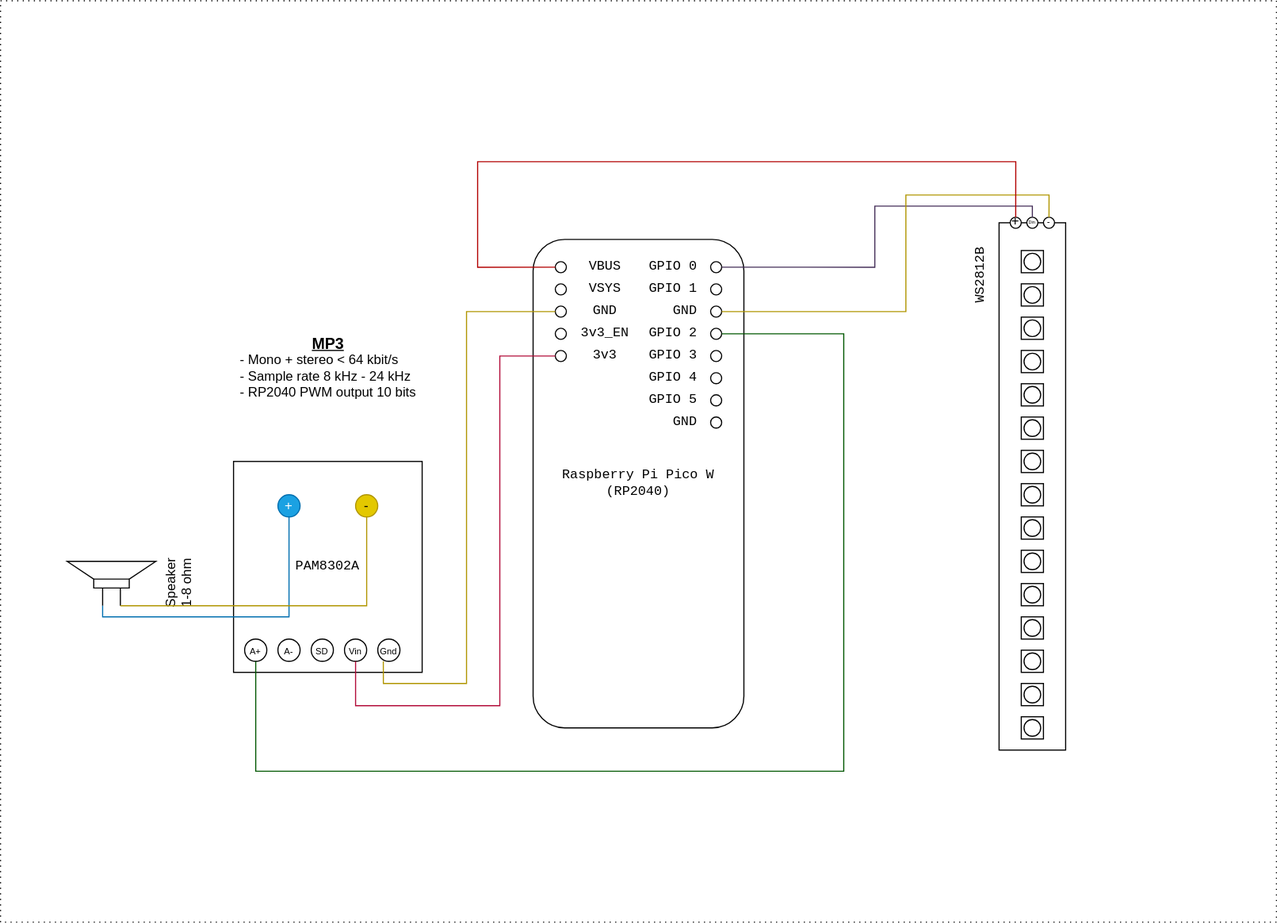
corey-schneider/pico-crown keeps this draw.io diagram as circuit.svg. Above is the earlier version. Source tidied: cells renumbered, new cells last; positions are measured from the earlier drawing's top-left corner, leaving out a move shared by most shapes.
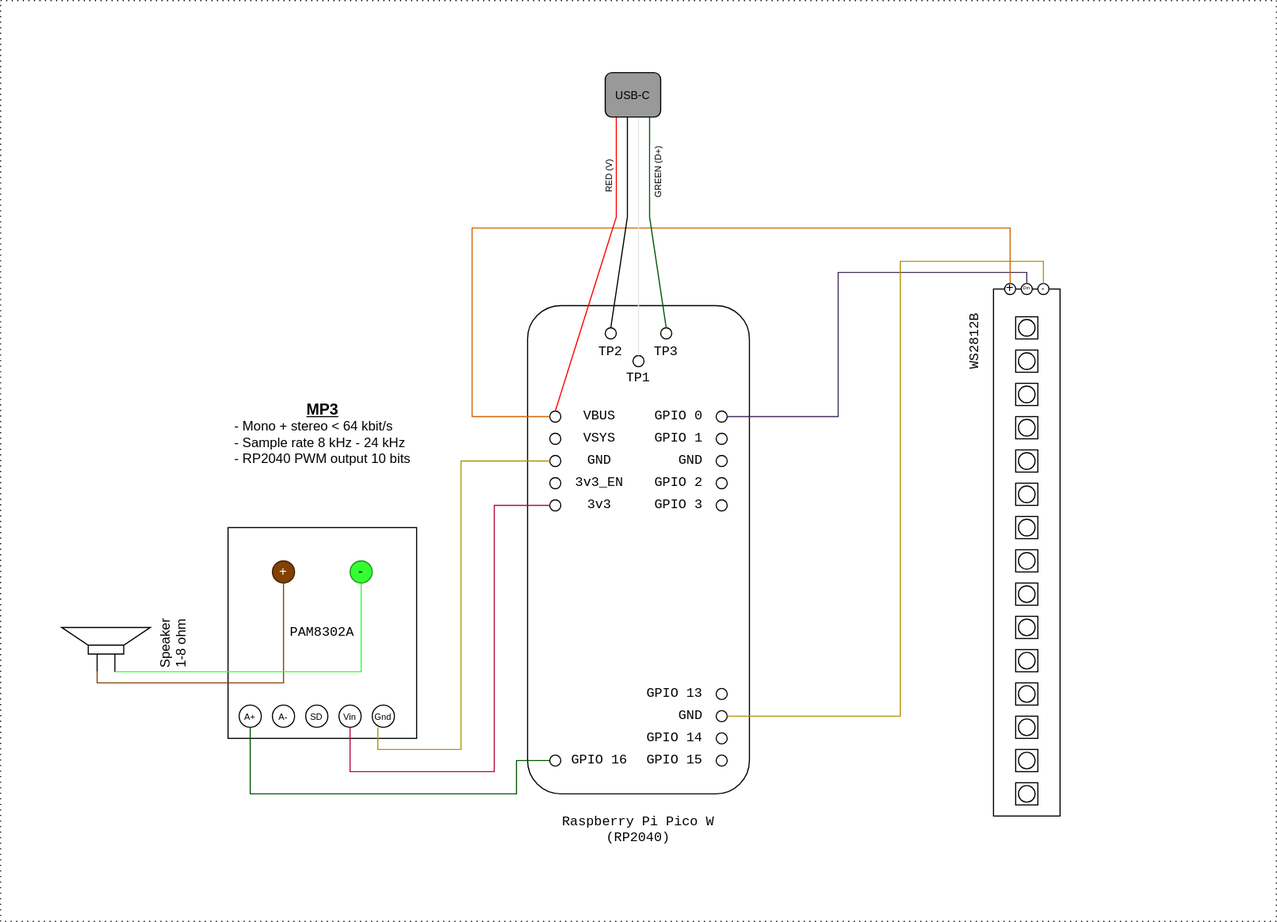
After the commit.

The edit, as a diff of the source:
```diff
@@ -3,9 +3,9 @@
     <mxCell id="0" />
     <mxCell id="1" parent="0" />
     <mxCell id="2" style="rounded=0;whiteSpace=wrap;html=1;fillColor=none;strokeColor=#000000;fontColor=default;dashed=1;dashPattern=1 4;" parent="1" vertex="1">
-      <mxGeometry width="1150" height="830" as="geometry" />
+      <mxGeometry x="5" y="-60" width="1150" height="830" as="geometry" />
     </mxCell>
-    <mxCell id="3" value="Speaker&lt;br&gt;1-8 ohm" style="verticalLabelPosition=bottom;shadow=0;dashed=0;align=center;html=1;verticalAlign=top;shape=mxgraph.electrical.electro-mechanical.loudspeaker;rotation=-90;" parent="1" vertex="1">
+    <mxCell id="3" value="Speaker&lt;br&gt;1-8 ohm" style="verticalLabelPosition=bottom;shadow=0;dashed=0;align=center;html=1;verticalAlign=top;shape=mxgraph.electrical.electro-mechanical.loudspeaker;rotation=-90;spacingRight=0;spacingLeft=10;labelPosition=center;" parent="1" vertex="1">
       <mxGeometry x="80" y="485" width="40" height="80" as="geometry" />
     </mxCell>
     <mxCell id="4" value="&lt;pre style=&quot;line-height: 120%;&quot;&gt;PAM8302A&lt;/pre&gt;" style="rounded=0;whiteSpace=wrap;html=1;" parent="1" vertex="1">
@@ -26,70 +26,70 @@
     <mxCell id="9" value="&lt;font style=&quot;font-size: 8px;&quot;&gt;Gnd&lt;/font&gt;" style="ellipse;whiteSpace=wrap;html=1;" parent="1" vertex="1">
       <mxGeometry x="340" y="575" width="20" height="20" as="geometry" />
     </mxCell>
-    <mxCell id="10" value="+" style="ellipse;whiteSpace=wrap;html=1;fillColor=#1ba1e2;fontColor=#ffffff;strokeColor=#006EAF;" parent="1" vertex="1">
+    <mxCell id="10" value="+" style="ellipse;whiteSpace=wrap;html=1;fillColor=#824100;fontColor=#ffffff;strokeColor=#3D1F00;" parent="1" vertex="1">
       <mxGeometry x="250" y="445" width="20" height="20" as="geometry" />
     </mxCell>
-    <mxCell id="11" value="-" style="ellipse;whiteSpace=wrap;html=1;fillColor=#e3c800;fontColor=#000000;strokeColor=#B09500;" parent="1" vertex="1">
+    <mxCell id="11" value="-" style="ellipse;whiteSpace=wrap;html=1;fillColor=#33FF33;fontColor=#000000;strokeColor=#1D911D;" parent="1" vertex="1">
       <mxGeometry x="320" y="445" width="20" height="20" as="geometry" />
     </mxCell>
-    <mxCell id="12" style="endArrow=none;html=1;rounded=0;edgeStyle=orthogonalEdgeStyle;exitX=0;exitY=0.4;exitDx=0;exitDy=0;exitPerimeter=0;fillColor=#1ba1e2;strokeColor=#006EAF;" parent="1" edge="1" source="3" target="10">
+    <mxCell id="12" style="endArrow=none;html=1;rounded=0;edgeStyle=orthogonalEdgeStyle;exitX=0;exitY=0.4;exitDx=0;exitDy=0;exitPerimeter=0;fillColor=#1ba1e2;strokeColor=#824100;" parent="1" edge="1" source="3" target="10">
       <mxGeometry relative="1" as="geometry" />
     </mxCell>
-    <mxCell id="13" style="endArrow=none;html=1;rounded=0;edgeStyle=orthogonalEdgeStyle;exitX=0;exitY=0.6;exitDx=0;exitDy=0;exitPerimeter=0;entryX=0.5;entryY=1;entryDx=0;entryDy=0;fillColor=#e3c800;strokeColor=#B09500;" parent="1" edge="1" source="3" target="11">
+    <mxCell id="13" style="endArrow=none;html=1;rounded=0;edgeStyle=orthogonalEdgeStyle;exitX=0;exitY=0.6;exitDx=0;exitDy=0;exitPerimeter=0;entryX=0.5;entryY=1;entryDx=0;entryDy=0;fillColor=#e3c800;strokeColor=#33FF33;" parent="1" edge="1" source="3" target="11">
       <mxGeometry relative="1" as="geometry">
         <Array as="points">
           <mxPoint x="330" y="545" />
         </Array>
       </mxGeometry>
     </mxCell>
-    <mxCell id="14" value="&lt;pre&gt;Raspberry Pi Pico W&lt;br&gt;(RP2040)&lt;/pre&gt;" style="rounded=1;whiteSpace=wrap;html=1;" parent="1" vertex="1">
-      <mxGeometry x="480" y="215" width="190" height="440" as="geometry" />
+    <mxCell id="14" value="&lt;pre&gt;Raspberry Pi Pico W&lt;br&gt;(RP2040)&lt;/pre&gt;" style="rounded=1;whiteSpace=wrap;html=1;labelPosition=center;verticalLabelPosition=bottom;align=center;verticalAlign=top;" parent="1" vertex="1">
+      <mxGeometry x="480" y="215" width="200" height="440" as="geometry" />
     </mxCell>
     <mxCell id="15" value="&lt;blockquote style=&quot;margin: 0 0 0 40px; border: none; padding: 0px;&quot;&gt;&lt;pre style=&quot;margin: 0 0 0 40px; border: none; padding: 0px;&quot;&gt;VBUS&lt;/pre&gt;&lt;/blockquote&gt;" style="ellipse;whiteSpace=wrap;html=1;align=center;fontFamily=Courier New;" parent="1" vertex="1">
-      <mxGeometry x="500" y="235" width="10" height="10" as="geometry" />
+      <mxGeometry x="500" y="310" width="10" height="10" as="geometry" />
     </mxCell>
     <mxCell id="16" value="&lt;blockquote style=&quot;margin: 0 0 0 40px; border: none; padding: 0px;&quot;&gt;&lt;pre style=&quot;margin: 0 0 0 40px; border: none; padding: 0px;&quot;&gt;VSYS&lt;/pre&gt;&lt;/blockquote&gt;" style="ellipse;whiteSpace=wrap;html=1;align=center;fontFamily=Courier New;" parent="1" vertex="1">
-      <mxGeometry x="500" y="255" width="10" height="10" as="geometry" />
+      <mxGeometry x="500" y="330" width="10" height="10" as="geometry" />
     </mxCell>
     <mxCell id="17" value="&lt;blockquote style=&quot;margin: 0 0 0 40px; border: none; padding: 0px;&quot;&gt;&lt;pre style=&quot;margin: 0 0 0 40px; border: none; padding: 0px;&quot;&gt;GND&lt;/pre&gt;&lt;/blockquote&gt;" style="ellipse;whiteSpace=wrap;html=1;align=center;fontFamily=Helvetica;" parent="1" vertex="1">
-      <mxGeometry x="500" y="275" width="10" height="10" as="geometry" />
+      <mxGeometry x="500" y="350" width="10" height="10" as="geometry" />
     </mxCell>
     <mxCell id="18" value="&lt;blockquote style=&quot;margin: 0 0 0 40px; border: none; padding: 0px;&quot;&gt;&lt;pre style=&quot;margin: 0 0 0 40px; border: none; padding: 0px;&quot;&gt;3v3_EN&lt;/pre&gt;&lt;/blockquote&gt;" style="ellipse;whiteSpace=wrap;html=1;align=center;fontFamily=Courier New;" parent="1" vertex="1">
-      <mxGeometry x="500" y="295" width="10" height="10" as="geometry" />
+      <mxGeometry x="500" y="370" width="10" height="10" as="geometry" />
     </mxCell>
     <mxCell id="19" value="&lt;blockquote style=&quot;margin: 0 0 0 40px; border: none; padding: 0px;&quot;&gt;&lt;pre style=&quot;margin: 0 0 0 40px; border: none; padding: 0px;&quot;&gt;3v3&lt;/pre&gt;&lt;/blockquote&gt;" style="ellipse;whiteSpace=wrap;html=1;align=center;fontFamily=Courier New;" parent="1" vertex="1">
-      <mxGeometry x="500" y="315" width="10" height="10" as="geometry" />
+      <mxGeometry x="500" y="390" width="10" height="10" as="geometry" />
     </mxCell>
     <mxCell id="20" value="&lt;pre style=&quot;margin: 0px 0px 0px 40px; border: none; padding: 0px;&quot;&gt;GPIO 0&lt;/pre&gt;" style="ellipse;whiteSpace=wrap;html=1;align=right;verticalAlign=middle;labelPosition=left;verticalLabelPosition=middle;spacingRight=10;" parent="1" vertex="1">
-      <mxGeometry x="640" y="235" width="10" height="10" as="geometry" />
+      <mxGeometry x="650" y="310" width="10" height="10" as="geometry" />
     </mxCell>
     <mxCell id="21" value="&lt;pre style=&quot;margin: 0px 0px 0px 40px; border: none; padding: 0px;&quot;&gt;GPIO 1&lt;/pre&gt;" style="ellipse;whiteSpace=wrap;html=1;align=right;verticalAlign=middle;labelPosition=left;verticalLabelPosition=middle;spacingRight=10;" parent="1" vertex="1">
-      <mxGeometry x="640" y="255" width="10" height="10" as="geometry" />
+      <mxGeometry x="650" y="330" width="10" height="10" as="geometry" />
     </mxCell>
     <mxCell id="22" value="&lt;pre style=&quot;margin: 0px 0px 0px 40px; border: none; padding: 0px;&quot;&gt;GPIO 2&lt;/pre&gt;" style="ellipse;whiteSpace=wrap;html=1;align=right;verticalAlign=middle;labelPosition=left;verticalLabelPosition=middle;spacingRight=10;" parent="1" vertex="1">
-      <mxGeometry x="640" y="295" width="10" height="10" as="geometry" />
+      <mxGeometry x="650" y="370" width="10" height="10" as="geometry" />
     </mxCell>
     <mxCell id="23" value="&lt;pre style=&quot;margin: 0px 0px 0px 40px; border: none; padding: 0px;&quot;&gt;GPIO 3&lt;/pre&gt;" style="ellipse;whiteSpace=wrap;html=1;align=right;verticalAlign=middle;labelPosition=left;verticalLabelPosition=middle;spacingRight=10;" parent="1" vertex="1">
-      <mxGeometry x="640" y="315" width="10" height="10" as="geometry" />
+      <mxGeometry x="650" y="390" width="10" height="10" as="geometry" />
     </mxCell>
     <mxCell id="24" value="&lt;pre style=&quot;margin: 0px 0px 0px 40px; border: none; padding: 0px;&quot;&gt;GND&lt;/pre&gt;" style="ellipse;whiteSpace=wrap;html=1;align=right;verticalAlign=middle;labelPosition=left;verticalLabelPosition=middle;spacingRight=10;" parent="1" vertex="1">
-      <mxGeometry x="640" y="275" width="10" height="10" as="geometry" />
+      <mxGeometry x="650" y="350" width="10" height="10" as="geometry" />
     </mxCell>
-    <mxCell id="25" value="&lt;pre style=&quot;margin: 0px 0px 0px 40px; border: none; padding: 0px;&quot;&gt;GPIO 4&lt;/pre&gt;" style="ellipse;whiteSpace=wrap;html=1;align=right;verticalAlign=middle;labelPosition=left;verticalLabelPosition=middle;spacingRight=10;" parent="1" vertex="1">
-      <mxGeometry x="640" y="335" width="10" height="10" as="geometry" />
+    <mxCell id="25" value="&lt;pre style=&quot;margin: 0px 0px 0px 40px; border: none; padding: 0px;&quot;&gt;GPIO 14&lt;/pre&gt;" style="ellipse;whiteSpace=wrap;html=1;align=right;verticalAlign=middle;labelPosition=left;verticalLabelPosition=middle;spacingRight=10;" parent="1" vertex="1">
+      <mxGeometry x="650" y="600" width="10" height="10" as="geometry" />
     </mxCell>
-    <mxCell id="26" value="&lt;pre style=&quot;margin: 0px 0px 0px 40px; border: none; padding: 0px;&quot;&gt;GPIO 5&lt;/pre&gt;" style="ellipse;whiteSpace=wrap;html=1;align=right;verticalAlign=middle;labelPosition=left;verticalLabelPosition=middle;spacingRight=10;" parent="1" vertex="1">
-      <mxGeometry x="640" y="355" width="10" height="10" as="geometry" />
+    <mxCell id="26" value="&lt;pre style=&quot;margin: 0px 0px 0px 40px; border: none; padding: 0px;&quot;&gt;GPIO 13&lt;/pre&gt;" style="ellipse;whiteSpace=wrap;html=1;align=right;verticalAlign=middle;labelPosition=left;verticalLabelPosition=middle;spacingRight=10;" parent="1" vertex="1">
+      <mxGeometry x="650" y="560" width="10" height="10" as="geometry" />
     </mxCell>
     <mxCell id="27" value="&lt;pre style=&quot;margin: 0px 0px 0px 40px; border: none; padding: 0px;&quot;&gt;GND&lt;/pre&gt;" style="ellipse;whiteSpace=wrap;html=1;align=right;verticalAlign=middle;labelPosition=left;verticalLabelPosition=middle;spacingRight=10;" parent="1" vertex="1">
-      <mxGeometry x="640" y="375" width="10" height="10" as="geometry" />
+      <mxGeometry x="650" y="580" width="10" height="10" as="geometry" />
     </mxCell>
-    <mxCell id="28" style="endArrow=none;html=1;rounded=0;edgeStyle=orthogonalEdgeStyle;exitX=0.5;exitY=1;exitDx=0;exitDy=0;fillColor=#008a00;strokeColor=#005700;entryX=1;entryY=0.5;entryDx=0;entryDy=0;" parent="1" edge="1" source="5" target="22">
+    <mxCell id="28" style="endArrow=none;html=1;rounded=0;edgeStyle=orthogonalEdgeStyle;exitX=0.5;exitY=1;exitDx=0;exitDy=0;fillColor=#008a00;strokeColor=#005700;entryX=0;entryY=0.5;entryDx=0;entryDy=0;" parent="1" edge="1" source="5" target="94">
       <mxGeometry relative="1" as="geometry">
         <Array as="points">
-          <mxPoint x="230" y="694" />
-          <mxPoint x="760" y="694" />
-          <mxPoint x="760" y="300" />
+          <mxPoint x="230" y="655" />
+          <mxPoint x="470" y="655" />
+          <mxPoint x="470" y="625" />
         </Array>
       </mxGeometry>
     </mxCell>
@@ -98,7 +98,7 @@
         <Array as="points">
           <mxPoint x="320" y="635" />
           <mxPoint x="450" y="635" />
-          <mxPoint x="450" y="320" />
+          <mxPoint x="450" y="395" />
         </Array>
       </mxGeometry>
     </mxCell>
@@ -108,7 +108,7 @@
         <Array as="points">
           <mxPoint x="345" y="615" />
           <mxPoint x="420" y="615" />
-          <mxPoint x="420" y="280" />
+          <mxPoint x="420" y="355" />
         </Array>
       </mxGeometry>
     </mxCell>
@@ -265,29 +265,82 @@
     <mxCell id="81" style="endArrow=none;html=1;rounded=0;edgeStyle=orthogonalEdgeStyle;entryX=0.5;entryY=0;entryDx=0;entryDy=0;fillColor=#76608a;strokeColor=#432D57;exitX=1;exitY=0.5;exitDx=0;exitDy=0;" parent="1" edge="1" source="20" target="79">
       <mxGeometry relative="1" as="geometry">
         <Array as="points">
-          <mxPoint x="788" y="240" />
-          <mxPoint x="788" y="185" />
+          <mxPoint x="760" y="315" />
+          <mxPoint x="760" y="185" />
           <mxPoint x="930" y="185" />
         </Array>
       </mxGeometry>
     </mxCell>
-    <mxCell id="82" style="endArrow=none;html=1;rounded=0;edgeStyle=orthogonalEdgeStyle;entryX=0.5;entryY=0;entryDx=0;entryDy=0;exitX=1;exitY=0.5;exitDx=0;exitDy=0;fillColor=#e3c800;strokeColor=#B09500;" parent="1" edge="1" source="24" target="80">
+    <mxCell id="82" style="endArrow=none;html=1;rounded=0;edgeStyle=orthogonalEdgeStyle;entryX=0.5;entryY=0;entryDx=0;entryDy=0;fillColor=#e3c800;strokeColor=#B09500;exitX=1;exitY=0.5;exitDx=0;exitDy=0;" parent="1" edge="1" source="27" target="80">
       <mxGeometry relative="1" as="geometry">
         <Array as="points">
-          <mxPoint x="816" y="280" />
+          <mxPoint x="816" y="585" />
           <mxPoint x="816" y="175" />
           <mxPoint x="945" y="175" />
         </Array>
       </mxGeometry>
     </mxCell>
-    <mxCell id="83" style="endArrow=none;html=1;rounded=0;edgeStyle=orthogonalEdgeStyle;entryX=0.5;entryY=0;entryDx=0;entryDy=0;exitX=0;exitY=0.5;exitDx=0;exitDy=0;fillColor=#e51400;strokeColor=#B20000;" parent="1" edge="1" source="15" target="78">
+    <mxCell id="83" style="endArrow=none;html=1;rounded=0;edgeStyle=orthogonalEdgeStyle;entryX=0.5;entryY=0;entryDx=0;entryDy=0;exitX=0;exitY=0.5;exitDx=0;exitDy=0;fillColor=#e51400;strokeColor=#CC6600;" parent="1" edge="1" source="15" target="78">
       <mxGeometry relative="1" as="geometry">
         <Array as="points">
-          <mxPoint x="430" y="240" />
+          <mxPoint x="430" y="315" />
           <mxPoint x="430" y="145" />
           <mxPoint x="915" y="145" />
         </Array>
       </mxGeometry>
     </mxCell>
+    <mxCell id="84" value="&lt;blockquote style=&quot;margin: 0 0 0 40px; border: none; padding: 0px;&quot;&gt;&lt;pre style=&quot;margin: 0 0 0 40px; border: none; padding: 0px;&quot;&gt;TP2&lt;/pre&gt;&lt;/blockquote&gt;" style="ellipse;whiteSpace=wrap;html=1;align=center;fontFamily=Courier New;labelPosition=center;verticalLabelPosition=bottom;verticalAlign=top;textDirection=ltr;spacing=0;spacingLeft=-80;" parent="1" vertex="1">
+      <mxGeometry x="550" y="235" width="10" height="10" as="geometry" />
+    </mxCell>
+    <mxCell id="85" value="&lt;blockquote style=&quot;margin: 0 0 0 40px; border: none; padding: 0px;&quot;&gt;&lt;pre style=&quot;margin: 0 0 0 40px; border: none; padding: 0px;&quot;&gt;TP3&lt;/pre&gt;&lt;/blockquote&gt;" style="ellipse;whiteSpace=wrap;html=1;align=center;fontFamily=Courier New;labelPosition=center;verticalLabelPosition=bottom;verticalAlign=top;textDirection=ltr;spacing=0;spacingLeft=-80;" parent="1" vertex="1">
+      <mxGeometry x="600" y="235" width="10" height="10" as="geometry" />
+    </mxCell>
+    <mxCell id="86" value="&lt;blockquote style=&quot;margin: 0px 0px 0px 40px; border: none; padding: 0px; line-height: 100%;&quot;&gt;&lt;pre style=&quot;margin: 0px 0px 0px 40px; border: none; padding: 0px; line-height: 100%;&quot;&gt;TP1&lt;/pre&gt;&lt;/blockquote&gt;" style="ellipse;whiteSpace=wrap;html=1;align=center;fontFamily=Courier New;labelPosition=center;verticalLabelPosition=bottom;verticalAlign=top;textDirection=ltr;spacing=0;spacingLeft=-80;" parent="1" vertex="1">
+      <mxGeometry x="575" y="260" width="10" height="10" as="geometry" />
+    </mxCell>
+    <mxCell id="87" style="endArrow=none;html=1;rounded=0;exitX=0.5;exitY=0;exitDx=0;exitDy=0;" parent="1" edge="1" source="84">
+      <mxGeometry relative="1" as="geometry">
+        <mxPoint x="570" y="45" as="targetPoint" />
+        <Array as="points">
+          <mxPoint x="570" y="135" />
+        </Array>
+      </mxGeometry>
+    </mxCell>
+    <mxCell id="88" style="endArrow=none;html=1;rounded=0;exitX=0.5;exitY=0;exitDx=0;exitDy=0;fillColor=#008a00;strokeColor=#005700;" parent="1" edge="1" source="85">
+      <mxGeometry relative="1" as="geometry">
+        <mxPoint x="590" y="45" as="targetPoint" />
+        <Array as="points">
+          <mxPoint x="590" y="135" />
+        </Array>
+      </mxGeometry>
+    </mxCell>
+    <mxCell id="89" value="&lt;font style=&quot;font-size: 8px;&quot;&gt;GREEN (D+)&lt;/font&gt;" style="edgeLabel;html=1;align=center;verticalAlign=middle;rotation=270;" parent="88" vertex="1">
+      <mxGeometry x="0.46" y="-7" relative="1" as="geometry" />
+    </mxCell>
+    <mxCell id="90" style="endArrow=none;html=1;rounded=0;exitX=0.5;exitY=0;exitDx=0;exitDy=0;strokeColor=#E8E8E8;shadow=0;" parent="1" edge="1" source="86">
+      <mxGeometry relative="1" as="geometry">
+        <mxPoint x="580" y="45" as="targetPoint" />
+      </mxGeometry>
+    </mxCell>
+    <mxCell id="91" style="endArrow=none;html=1;rounded=0;exitX=0.5;exitY=0;exitDx=0;exitDy=0;fillColor=#f8cecc;strokeColor=#FF0000;" parent="1" edge="1" source="15">
+      <mxGeometry relative="1" as="geometry">
+        <mxPoint x="560" y="45" as="targetPoint" />
+        <Array as="points">
+          <mxPoint x="560" y="135" />
+        </Array>
+      </mxGeometry>
+    </mxCell>
+    <mxCell id="92" value="&lt;font style=&quot;font-size: 8px;&quot;&gt;RED (V)&lt;/font&gt;" style="edgeLabel;html=1;align=center;verticalAlign=middle;rotation=270;" parent="91" vertex="1">
+      <mxGeometry x="0.6" y="8" relative="1" as="geometry" />
+    </mxCell>
+    <mxCell id="93" value="&lt;font style=&quot;font-size: 10px;&quot;&gt;USB-C&lt;/font&gt;" style="rounded=1;whiteSpace=wrap;html=1;fillColor=#999999;" parent="1" vertex="1">
+      <mxGeometry x="550" y="5" width="50" height="40" as="geometry" />
+    </mxCell>
+    <mxCell id="94" value="&lt;blockquote style=&quot;margin: 0 0 0 40px; border: none; padding: 0px;&quot;&gt;&lt;pre style=&quot;margin: 0 0 0 40px; border: none; padding: 0px;&quot;&gt;GPIO 16&lt;/pre&gt;&lt;/blockquote&gt;" style="ellipse;whiteSpace=wrap;html=1;align=center;fontFamily=Courier New;" parent="1" vertex="1">
+      <mxGeometry x="500" y="620" width="10" height="10" as="geometry" />
+    </mxCell>
+    <mxCell id="95" value="&lt;pre style=&quot;margin: 0px 0px 0px 40px; border: none; padding: 0px;&quot;&gt;GPIO 15&lt;/pre&gt;" style="ellipse;whiteSpace=wrap;html=1;align=right;verticalAlign=middle;labelPosition=left;verticalLabelPosition=middle;spacingRight=10;" parent="1" vertex="1">
+      <mxGeometry x="650" y="620" width="10" height="10" as="geometry" />
+    </mxCell>
   </root>
 </mxGraphModel>
```
